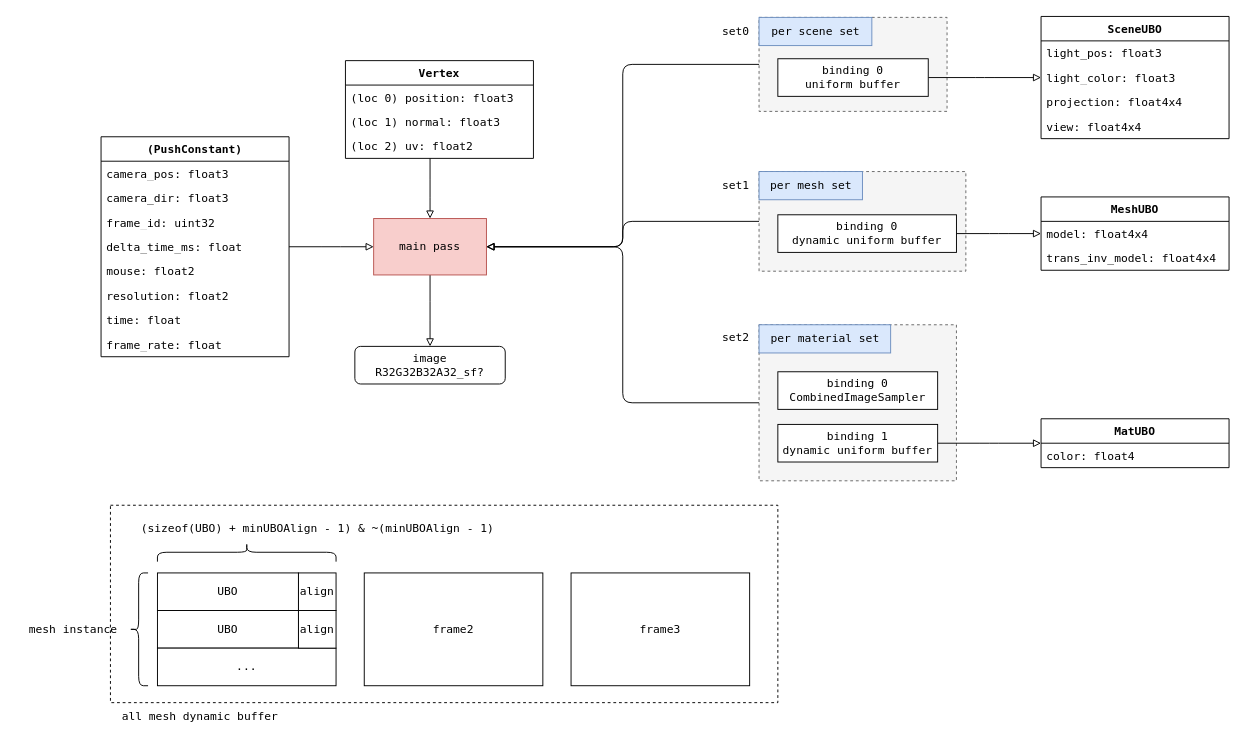
acccoco/Render-Rust-vk-Truvis keeps this draw.io diagram as doc/phong.drawio. Above is the earlier version. Source tidied: cells renumbered, new cells numbered last; positions are measured from the earlier drawing's top-left corner, leaving out a move shared by most shapes. Both pictures are drawn from the tidied source at 94%, with x=0, y=0 at pixel (16, 16).
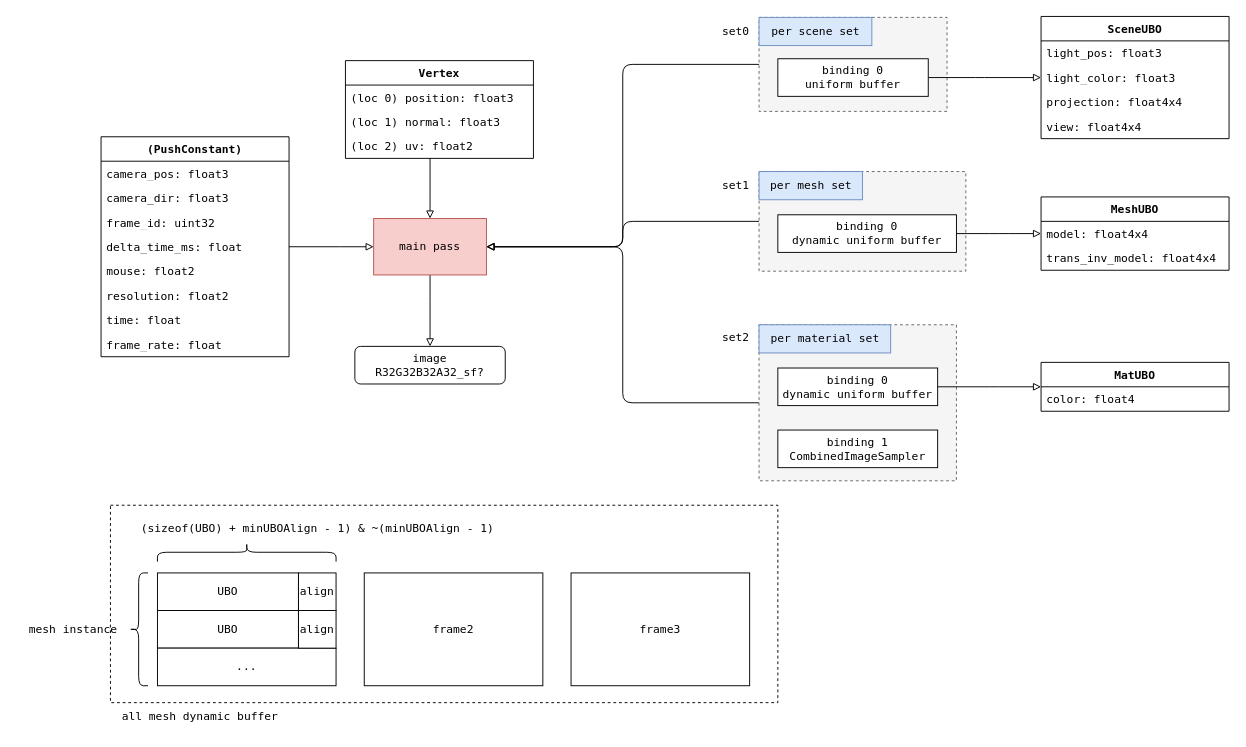
The same page after the edit.

Change to the diagram source:
```diff
@@
-    <mxCell id="25" value="binding 0&lt;br&gt;CombinedImageSampler" style="rounded=0;whiteSpace=wrap;html=1;fontFamily=Lucida Console;" parent="1" vertex="1">
-      <mxGeometry x="810" y="378" width="170" height="40" as="geometry" />
+    <mxCell id="25" value="binding 1&lt;br&gt;CombinedImageSampler" style="rounded=0;whiteSpace=wrap;html=1;fontFamily=Lucida Console;" parent="1" vertex="1">
+      <mxGeometry x="810" y="440" width="170" height="40" as="geometry" />
     </mxCell>
@@
-    <mxCell id="47" value="binding 1&lt;br&gt;dynamic uniform buffer" style="rounded=0;whiteSpace=wrap;html=1;fontFamily=Lucida Console;" parent="1" vertex="1">
-      <mxGeometry x="810" y="434" width="170" height="40" as="geometry" />
+    <mxCell id="47" value="binding 0&lt;br&gt;dynamic uniform buffer" style="rounded=0;whiteSpace=wrap;html=1;fontFamily=Lucida Console;" parent="1" vertex="1">
+      <mxGeometry x="810" y="374" width="170" height="40" as="geometry" />
     </mxCell>
     <mxCell id="48" value="MatUBO" style="swimlane;fontStyle=1;align=center;verticalAlign=top;horizontal=1;startSize=26;whiteSpace=wrap;html=1;fontFamily=Lucida Console;" parent="1" vertex="1">
-      <mxGeometry x="1090" y="428" width="200" height="52" as="geometry" />
+      <mxGeometry x="1090" y="368" width="200" height="52" as="geometry" />
     </mxCell>
```
